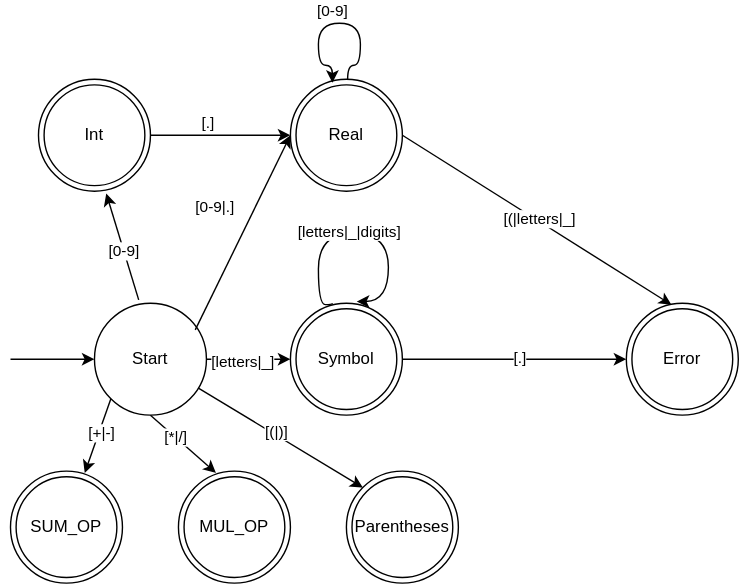
This is doc/NFA.drawio.svg from Raffaello/symbols, a draw.io export, as it was before one commit. Source tidied: cells renumbered, new cells last; positions are measured from the earlier drawing's top-left corner, leaving out a move shared by most shapes.
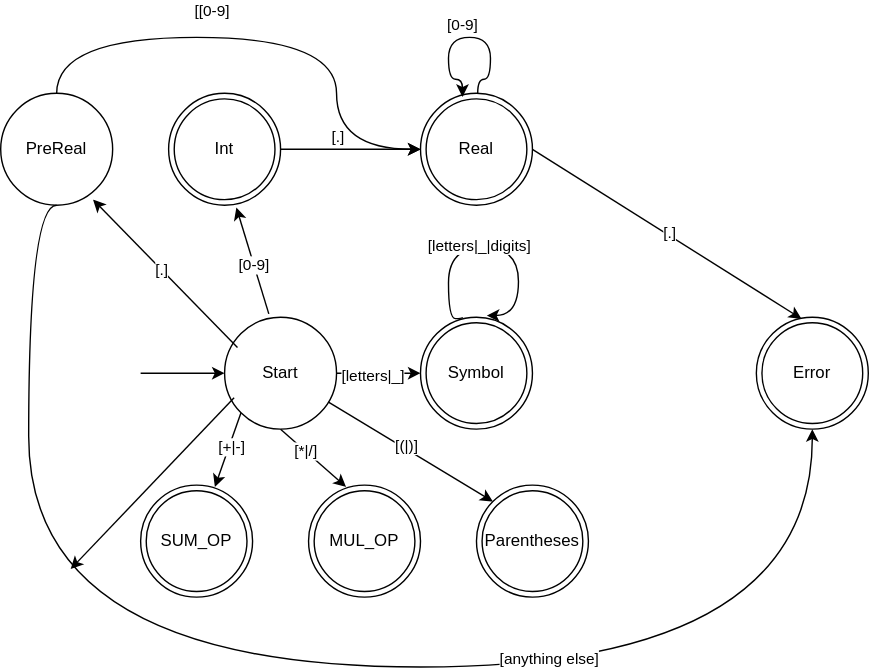
After the commit.

The edit, as a diff of the source:
```diff
@@ -13,14 +13,6 @@
         <mxPoint y="240" as="sourcePoint" />
       </mxGeometry>
     </mxCell>
-    <mxCell id="5" style="endArrow=classic;html=1;rounded=0;exitX=0.9;exitY=0.238;exitDx=0;exitDy=0;exitPerimeter=0;entryX=0;entryY=0.5;entryDx=0;entryDy=0;" parent="1" edge="1" source="3" target="2">
-      <mxGeometry relative="1" as="geometry" />
-    </mxCell>
-    <mxCell id="6" value="[0-9|.&lt;span style=&quot;background-color: light-dark(#ffffff, var(--ge-dark-color, #121212)); color: light-dark(rgb(0, 0, 0), rgb(255, 255, 255));&quot;&gt;]&lt;/span&gt;" style="edgeLabel;html=1;align=center;verticalAlign=middle;" parent="5" vertex="1">
-      <mxGeometry x="0.06" y="-1" relative="1" as="geometry">
-        <mxPoint x="-23" y="-15" as="offset" />
-      </mxGeometry>
-    </mxCell>
     <mxCell id="7" style="endArrow=classic;html=1;rounded=0;edgeStyle=orthogonalEdgeStyle;curved=1;exitX=0.511;exitY=-0.002;exitDx=0;exitDy=0;exitPerimeter=0;entryX=0.375;entryY=0.032;entryDx=0;entryDy=0;entryPerimeter=0;" parent="1" edge="1" source="2" target="2">
       <mxGeometry relative="1" as="geometry">
         <Array as="points">
@@ -44,7 +36,7 @@
     <mxCell id="10" style="endArrow=classic;html=1;rounded=0;exitX=1;exitY=0.5;exitDx=0;exitDy=0;entryX=0.403;entryY=0.014;entryDx=0;entryDy=0;entryPerimeter=0;" parent="1" edge="1" source="2" target="9">
       <mxGeometry relative="1" as="geometry" />
     </mxCell>
-    <mxCell id="11" value="[(|letters|_]" style="edgeLabel;html=1;align=center;verticalAlign=middle;" parent="10" vertex="1">
+    <mxCell id="11" value="[.]" style="edgeLabel;html=1;align=center;verticalAlign=middle;" parent="10" vertex="1">
       <mxGeometry y="2" relative="1" as="geometry" />
     </mxCell>
     <mxCell id="12" value="Symbol" style="ellipse;shape=doubleEllipse;whiteSpace=wrap;html=1;" parent="1" vertex="1">
@@ -72,12 +64,6 @@
     <mxCell id="16" value="[letters|_|digits]" style="edgeLabel;html=1;align=center;verticalAlign=middle;" parent="15" vertex="1">
       <mxGeometry x="-0.1" y="2" relative="1" as="geometry" />
     </mxCell>
-    <mxCell id="17" style="endArrow=classic;html=1;rounded=0;exitX=1;exitY=0.5;exitDx=0;exitDy=0;entryX=0;entryY=0.5;entryDx=0;entryDy=0;" parent="1" edge="1" source="12" target="9">
-      <mxGeometry relative="1" as="geometry" />
-    </mxCell>
-    <mxCell id="18" value="[.]" style="edgeLabel;html=1;align=center;verticalAlign=middle;" parent="17" vertex="1">
-      <mxGeometry x="0.04" y="2" relative="1" as="geometry" />
-    </mxCell>
     <mxCell id="19" value="SUM_OP" style="ellipse;shape=doubleEllipse;whiteSpace=wrap;html=1;" parent="1" vertex="1">
       <mxGeometry y="320" width="80" height="80" as="geometry" />
     </mxCell>
@@ -124,5 +110,45 @@
         <mxPoint x="-17" y="-14" as="offset" />
       </mxGeometry>
     </mxCell>
+    <mxCell id="33" value="PreReal" style="ellipse;whiteSpace=wrap;html=1;" parent="1" vertex="1">
+      <mxGeometry x="-100" y="40" width="80" height="80" as="geometry" />
+    </mxCell>
+    <mxCell id="34" style="endArrow=classic;html=1;rounded=0;exitX=0.115;exitY=0.27;exitDx=0;exitDy=0;exitPerimeter=0;entryX=0.825;entryY=0.95;entryDx=0;entryDy=0;entryPerimeter=0;" parent="1" edge="1" source="3" target="33">
+      <mxGeometry relative="1" as="geometry" />
+    </mxCell>
+    <mxCell id="18" value="[.]" style="edgeLabel;html=1;align=center;verticalAlign=middle;" parent="34" vertex="1">
+      <mxGeometry x="0.06" relative="1" as="geometry" />
+    </mxCell>
+    <mxCell id="35" style="endArrow=classic;html=1;rounded=0;exitX=0.5;exitY=0;exitDx=0;exitDy=0;edgeStyle=orthogonalEdgeStyle;curved=1;" parent="1" edge="1" source="33" target="2">
+      <mxGeometry relative="1" as="geometry">
+        <Array as="points">
+          <mxPoint x="-60" />
+          <mxPoint x="140" />
+          <mxPoint x="140" y="80" />
+        </Array>
+      </mxGeometry>
+    </mxCell>
+    <mxCell id="36" value="[[0-9&lt;span style=&quot;background-color: light-dark(#ffffff, var(--ge-dark-color, #121212)); color: light-dark(rgb(0, 0, 0), rgb(255, 255, 255));&quot;&gt;]&lt;/span&gt;" style="edgeLabel;html=1;align=center;verticalAlign=middle;" parent="35" vertex="1">
+      <mxGeometry x="0.39" relative="1" as="geometry">
+        <mxPoint x="-90" y="-43" as="offset" />
+      </mxGeometry>
+    </mxCell>
+    <mxCell id="37" style="endArrow=classic;html=1;rounded=0;exitX=0.5;exitY=1;exitDx=0;exitDy=0;entryX=0.5;entryY=1;entryDx=0;entryDy=0;edgeStyle=orthogonalEdgeStyle;curved=1;" parent="1" edge="1" source="33" target="9">
+      <mxGeometry relative="1" as="geometry">
+        <Array as="points">
+          <mxPoint x="-80" y="120" />
+          <mxPoint x="-80" y="450" />
+          <mxPoint x="480" y="450" />
+        </Array>
+      </mxGeometry>
+    </mxCell>
+    <mxCell id="38" value="[anything else]" style="edgeLabel;html=1;align=center;verticalAlign=middle;" parent="37" vertex="1">
+      <mxGeometry x="0.34" y="7" relative="1" as="geometry" />
+    </mxCell>
+    <mxCell id="39" style="endArrow=classic;html=1;rounded=0;exitX=0.085;exitY=0.72;exitDx=0;exitDy=0;exitPerimeter=0;" parent="1" edge="1" source="3">
+      <mxGeometry relative="1" as="geometry">
+        <mxPoint x="-50" y="380" as="targetPoint" />
+      </mxGeometry>
+    </mxCell>
   </root>
 </mxGraphModel>
```
